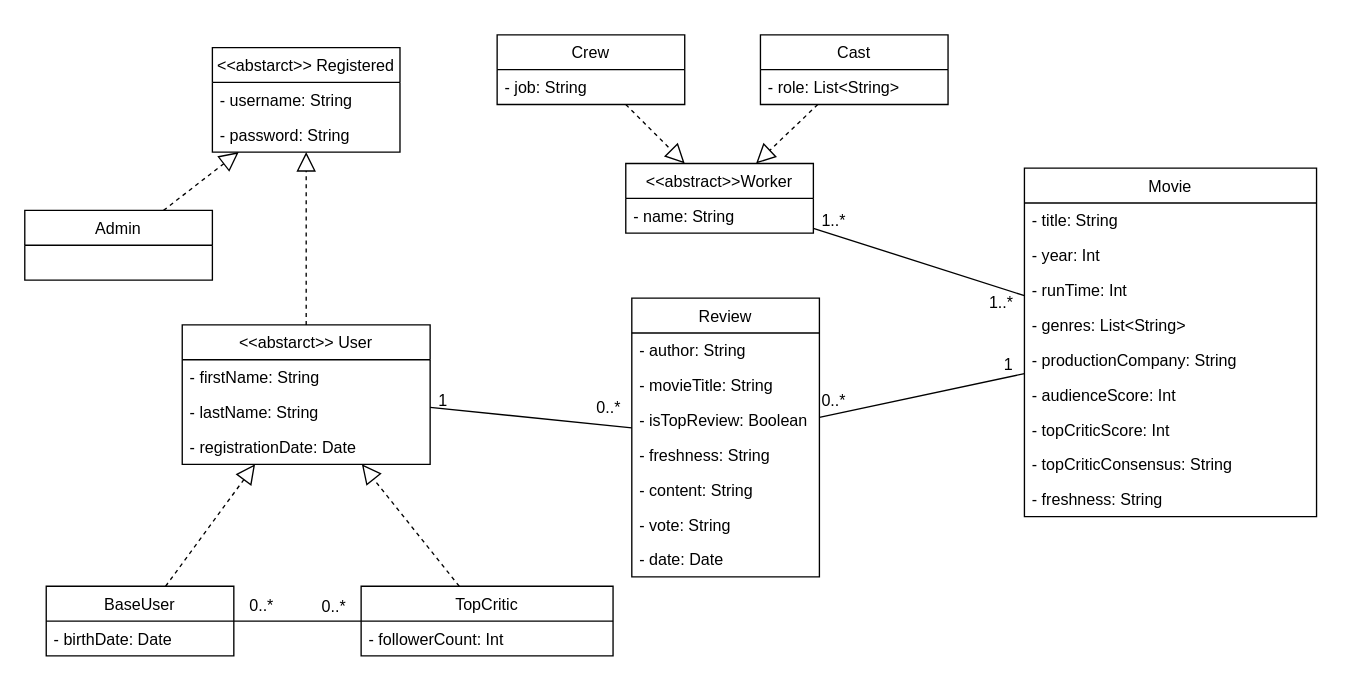
glmquint/RottenMovies keeps this draw.io diagram as Diagram/ClassDiagram.drawio. Above is the earlier version. Source tidied: cells renumbered, new cells numbered last; positions are measured from the earlier drawing's top-left corner, leaving out a move shared by most shapes. Both pictures are drawn from the tidied source at 134%, with x=0, y=0 at pixel (24, 34).
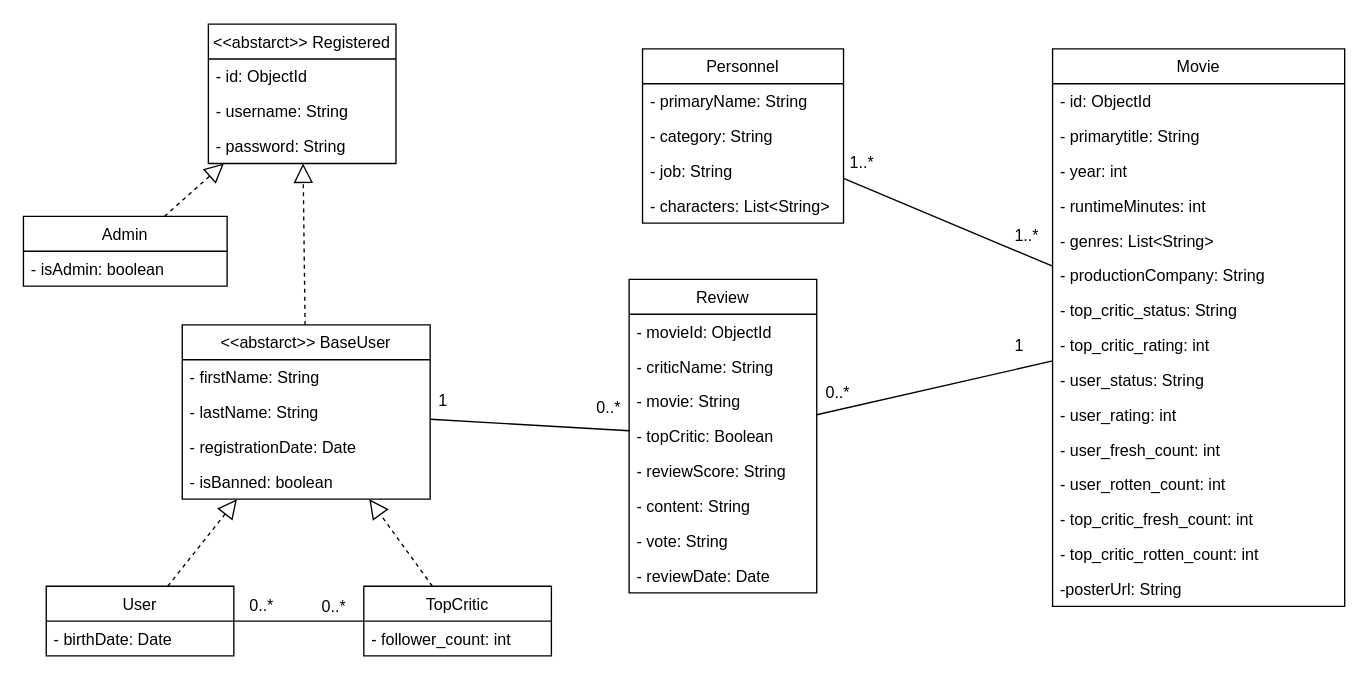
Above is the later version.

Change to the diagram source:
```diff
@@
     <mxCell id="4" value="&lt;&lt;abstarct&gt;&gt; Registered" style="swimlane;fontStyle=0;horizontal=1;startSize=26;fillColor=none;" parent="1" vertex="1">
-      <mxGeometry x="140" y="10" width="140" height="78" as="geometry" />
+      <mxGeometry x="137" y="-7.5" width="140" height="104" as="geometry" />
     </mxCell>
+    <mxCell id="58" value="- id: ObjectId" style="text;strokeColor=none;fillColor=none;align=left;verticalAlign=top;spacingLeft=4;spacingRight=4;overflow=hidden;" parent="4" vertex="1">
+      <mxGeometry y="26" width="140" height="26" as="geometry" />
+    </mxCell>
     <mxCell id="5" value="- username: String" style="text;strokeColor=none;fillColor=none;align=left;verticalAlign=top;spacingLeft=4;spacingRight=4;overflow=hidden;" parent="4" vertex="1">
-      <mxGeometry y="26" width="140" height="26" as="geometry" />
+      <mxGeometry y="52" width="140" height="26" as="geometry" />
     </mxCell>
     <mxCell id="6" value="- password: String" style="text;strokeColor=none;fillColor=none;align=left;verticalAlign=top;spacingLeft=4;spacingRight=4;overflow=hidden;" parent="4" vertex="1">
-      <mxGeometry y="52" width="140" height="26" as="geometry" />
+      <mxGeometry y="78" width="140" height="26" as="geometry" />
     </mxCell>
-    <mxCell id="7" value="Admin" style="swimlane;fontStyle=0;horizontal=1;startSize=26;fillColor=none;" parent="1" vertex="1">
-      <mxGeometry y="131.5" width="140" height="52" as="geometry" />
-    </mxCell>
@@
-    <mxCell id="9" value="&lt;&lt;abstarct&gt;&gt; User" style="swimlane;fontStyle=0;horizontal=1;startSize=26;fillColor=none;" parent="1" vertex="1">
-      <mxGeometry x="117.5" y="217" width="185" height="104" as="geometry" />
+    <mxCell id="9" value="&lt;&lt;abstarct&gt;&gt; BaseUser" style="swimlane;fontStyle=0;horizontal=1;startSize=26;fillColor=none;" parent="1" vertex="1">
+      <mxGeometry x="117.5" y="217" width="185" height="130" as="geometry" />
     </mxCell>
@@
+    <mxCell id="59" value="- isBanned: boolean" style="text;strokeColor=none;fillColor=none;align=left;verticalAlign=top;spacingLeft=4;spacingRight=4;overflow=hidden;" parent="9" vertex="1">
+      <mxGeometry y="104" width="185" height="26" as="geometry" />
+    </mxCell>
-    <mxCell id="13" value="BaseUser" style="swimlane;fontStyle=0;horizontal=1;startSize=26;fillColor=none;" parent="1" vertex="1">
+    <mxCell id="13" value="User" style="swimlane;fontStyle=0;horizontal=1;startSize=26;fillColor=none;" parent="1" vertex="1">
       <mxGeometry x="16" y="412" width="140" height="52" as="geometry" />
     </mxCell>
@@
-    <mxCell id="15" value="TopCritic" style="swimlane;fontStyle=0;horizontal=1;startSize=26;fillColor=none;" parent="1" vertex="1">
-      <mxGeometry x="251" y="412" width="188" height="52" as="geometry" />
-    </mxCell>
-    <mxCell id="16" value="- followerCount: Int" style="text;strokeColor=none;fillColor=none;align=left;verticalAlign=top;spacingLeft=4;spacingRight=4;overflow=hidden;" parent="15" vertex="1">
-      <mxGeometry y="26" width="188" height="26" as="geometry" />
-    </mxCell>
@@
     <mxCell id="20" value="Movie" style="swimlane;fontStyle=0;horizontal=1;startSize=26;fillColor=none;" parent="1" vertex="1">
-      <mxGeometry x="746" y="100" width="218" height="260" as="geometry" />
+      <mxGeometry x="767" y="11" width="218" height="416" as="geometry" />
     </mxCell>
+    <mxCell id="60" value="- id: ObjectId" style="text;strokeColor=none;fillColor=none;align=left;verticalAlign=top;spacingLeft=4;spacingRight=4;overflow=hidden;" parent="20" vertex="1">
+      <mxGeometry y="26" width="218" height="26" as="geometry" />
+    </mxCell>
-    <mxCell id="21" value="- title: String" style="text;strokeColor=none;fillColor=none;align=left;verticalAlign=top;spacingLeft=4;spacingRight=4;overflow=hidden;" parent="20" vertex="1">
-      <mxGeometry y="26" width="218" height="26" as="geometry" />
+    <mxCell id="21" value="- primarytitle: String" style="text;strokeColor=none;fillColor=none;align=left;verticalAlign=top;spacingLeft=4;spacingRight=4;overflow=hidden;" parent="20" vertex="1">
+      <mxGeometry y="52" width="218" height="26" as="geometry" />
     </mxCell>
-    <mxCell id="22" value="- year: Int" style="text;strokeColor=none;fillColor=none;align=left;verticalAlign=top;spacingLeft=4;spacingRight=4;overflow=hidden;" parent="20" vertex="1">
-      <mxGeometry y="52" width="218" height="26" as="geometry" />
+    <mxCell id="22" value="- year: int" style="text;strokeColor=none;fillColor=none;align=left;verticalAlign=top;spacingLeft=4;spacingRight=4;overflow=hidden;" parent="20" vertex="1">
+      <mxGeometry y="78" width="218" height="26" as="geometry" />
     </mxCell>
-    <mxCell id="23" value="- runTime: Int" style="text;strokeColor=none;fillColor=none;align=left;verticalAlign=top;spacingLeft=4;spacingRight=4;overflow=hidden;" parent="20" vertex="1">
-      <mxGeometry y="78" width="218" height="26" as="geometry" />
+    <mxCell id="23" value="- runtimeMinutes: int" style="text;strokeColor=none;fillColor=none;align=left;verticalAlign=top;spacingLeft=4;spacingRight=4;overflow=hidden;" parent="20" vertex="1">
+      <mxGeometry y="104" width="218" height="26" as="geometry" />
     </mxCell>
     <mxCell id="24" value="- genres: List&lt;String&gt;" style="text;strokeColor=none;fillColor=none;align=left;verticalAlign=top;spacingLeft=4;spacingRight=4;overflow=hidden;" parent="20" vertex="1">
-      <mxGeometry y="104" width="218" height="26" as="geometry" />
+      <mxGeometry y="130" width="218" height="26" as="geometry" />
     </mxCell>
     <mxCell id="25" value="- productionCompany: String" style="text;strokeColor=none;fillColor=none;align=left;verticalAlign=top;spacingLeft=4;spacingRight=4;overflow=hidden;" parent="20" vertex="1">
-      <mxGeometry y="130" width="218" height="26" as="geometry" />
+      <mxGeometry y="156" width="218" height="26" as="geometry" />
     </mxCell>
-    <mxCell id="26" value="- audienceScore: Int" style="text;strokeColor=none;fillColor=none;align=left;verticalAlign=top;spacingLeft=4;spacingRight=4;overflow=hidden;" parent="20" vertex="1">
-      <mxGeometry y="156" width="218" height="26" as="geometry" />
+    <mxCell id="26" value="- top_critic_status: String" style="text;strokeColor=none;fillColor=none;align=left;verticalAlign=top;spacingLeft=4;spacingRight=4;overflow=hidden;" parent="20" vertex="1">
+      <mxGeometry y="182" width="218" height="26" as="geometry" />
     </mxCell>
-    <mxCell id="27" value="- topCriticScore: Int" style="text;strokeColor=none;fillColor=none;align=left;verticalAlign=top;spacingLeft=4;spacingRight=4;overflow=hidden;" parent="20" vertex="1">
-      <mxGeometry y="182" width="218" height="26" as="geometry" />
+    <mxCell id="27" value="- top_critic_rating: int" style="text;strokeColor=none;fillColor=none;align=left;verticalAlign=top;spacingLeft=4;spacingRight=4;overflow=hidden;" parent="20" vertex="1">
+      <mxGeometry y="208" width="218" height="26" as="geometry" />
     </mxCell>
-    <mxCell id="28" value="- topCriticConsensus: String" style="text;strokeColor=none;fillColor=none;align=left;verticalAlign=top;spacingLeft=4;spacingRight=4;overflow=hidden;" parent="20" vertex="1">
-      <mxGeometry y="208" width="218" height="26" as="geometry" />
-    </mxCell>
-    <mxCell id="29" value="- freshness: String" style="text;strokeColor=none;fillColor=none;align=left;verticalAlign=top;spacingLeft=4;spacingRight=4;overflow=hidden;" parent="20" vertex="1">
-      <mxGeometry y="234" width="218" height="26" as="geometry" />
-    </mxCell>
+    <mxCell id="61" value="- user_status: String" style="text;strokeColor=none;fillColor=none;align=left;verticalAlign=top;spacingLeft=4;spacingRight=4;overflow=hidden;" parent="20" vertex="1">
+      <mxGeometry y="234" width="218" height="26" as="geometry" />
+    </mxCell>
+    <mxCell id="62" value="- user_rating: int" style="text;strokeColor=none;fillColor=none;align=left;verticalAlign=top;spacingLeft=4;spacingRight=4;overflow=hidden;" parent="20" vertex="1">
+      <mxGeometry y="260" width="218" height="26" as="geometry" />
+    </mxCell>
+    <mxCell id="63" value="- user_fresh_count: int" style="text;strokeColor=none;fillColor=none;align=left;verticalAlign=top;spacingLeft=4;spacingRight=4;overflow=hidden;" parent="20" vertex="1">
+      <mxGeometry y="286" width="218" height="26" as="geometry" />
+    </mxCell>
+    <mxCell id="64" value="- user_rotten_count: int" style="text;strokeColor=none;fillColor=none;align=left;verticalAlign=top;spacingLeft=4;spacingRight=4;overflow=hidden;" parent="20" vertex="1">
+      <mxGeometry y="312" width="218" height="26" as="geometry" />
+    </mxCell>
+    <mxCell id="65" value="- top_critic_fresh_count: int" style="text;strokeColor=none;fillColor=none;align=left;verticalAlign=top;spacingLeft=4;spacingRight=4;overflow=hidden;" parent="20" vertex="1">
+      <mxGeometry y="338" width="218" height="26" as="geometry" />
+    </mxCell>
+    <mxCell id="66" value="- top_critic_rotten_count: int" style="text;strokeColor=none;fillColor=none;align=left;verticalAlign=top;spacingLeft=4;spacingRight=4;overflow=hidden;" parent="20" vertex="1">
+      <mxGeometry y="364" width="218" height="26" as="geometry" />
+    </mxCell>
+    <mxCell id="67" value="-posterUrl: String" style="text;strokeColor=none;fillColor=none;align=left;verticalAlign=top;spacingLeft=4;spacingRight=4;overflow=hidden;" parent="20" vertex="1">
+      <mxGeometry y="390" width="218" height="26" as="geometry" />
+    </mxCell>
     <mxCell id="30" value="Review" style="swimlane;fontStyle=0;horizontal=1;startSize=26;fillColor=none;" parent="1" vertex="1">
-      <mxGeometry x="453" y="197" width="140" height="208" as="geometry" />
+      <mxGeometry x="451" y="183" width="140" height="234" as="geometry" />
     </mxCell>
-    <mxCell id="31" value="- author: String" style="text;strokeColor=none;fillColor=none;align=left;verticalAlign=top;spacingLeft=4;spacingRight=4;overflow=hidden;" parent="30" vertex="1">
+    <mxCell id="31" value="- movieId: ObjectId" style="text;strokeColor=none;fillColor=none;align=left;verticalAlign=top;spacingLeft=4;spacingRight=4;overflow=hidden;" parent="30" vertex="1">
       <mxGeometry y="26" width="140" height="26" as="geometry" />
     </mxCell>
+    <mxCell id="68" value="- criticName: String" style="text;strokeColor=none;fillColor=none;align=left;verticalAlign=top;spacingLeft=4;spacingRight=4;overflow=hidden;" parent="30" vertex="1">
+      <mxGeometry y="52" width="140" height="26" as="geometry" />
+    </mxCell>
-    <mxCell id="32" value="- movieTitle: String" style="text;strokeColor=none;fillColor=none;align=left;verticalAlign=top;spacingLeft=4;spacingRight=4;overflow=hidden;" parent="30" vertex="1">
-      <mxGeometry y="52" width="140" height="26" as="geometry" />
+    <mxCell id="32" value="- movie: String" style="text;strokeColor=none;fillColor=none;align=left;verticalAlign=top;spacingLeft=4;spacingRight=4;overflow=hidden;" parent="30" vertex="1">
+      <mxGeometry y="78" width="140" height="26" as="geometry" />
     </mxCell>
-    <mxCell id="33" value="- isTopReview: Boolean" style="text;strokeColor=none;fillColor=none;align=left;verticalAlign=top;spacingLeft=4;spacingRight=4;overflow=hidden;" parent="30" vertex="1">
-      <mxGeometry y="78" width="140" height="26" as="geometry" />
+    <mxCell id="33" value="- topCritic: Boolean" style="text;strokeColor=none;fillColor=none;align=left;verticalAlign=top;spacingLeft=4;spacingRight=4;overflow=hidden;" parent="30" vertex="1">
+      <mxGeometry y="104" width="140" height="26" as="geometry" />
     </mxCell>
-    <mxCell id="34" value="- freshness: String" style="text;strokeColor=none;fillColor=none;align=left;verticalAlign=top;spacingLeft=4;spacingRight=4;overflow=hidden;" parent="30" vertex="1">
-      <mxGeometry y="104" width="140" height="26" as="geometry" />
+    <mxCell id="34" value="- reviewScore: String" style="text;strokeColor=none;fillColor=none;align=left;verticalAlign=top;spacingLeft=4;spacingRight=4;overflow=hidden;" parent="30" vertex="1">
+      <mxGeometry y="130" width="140" height="26" as="geometry" />
     </mxCell>
     <mxCell id="35" value="- content: String" style="text;strokeColor=none;fillColor=none;align=left;verticalAlign=top;spacingLeft=4;spacingRight=4;overflow=hidden;" parent="30" vertex="1">
-      <mxGeometry y="130" width="140" height="26" as="geometry" />
+      <mxGeometry y="156" width="140" height="26" as="geometry" />
     </mxCell>
     <mxCell id="36" value="- vote: String" style="text;strokeColor=none;fillColor=none;align=left;verticalAlign=top;spacingLeft=4;spacingRight=4;overflow=hidden;" parent="30" vertex="1">
-      <mxGeometry y="156" width="140" height="26" as="geometry" />
+      <mxGeometry y="182" width="140" height="26" as="geometry" />
     </mxCell>
-    <mxCell id="37" value="- date: Date" style="text;strokeColor=none;fillColor=none;align=left;verticalAlign=top;spacingLeft=4;spacingRight=4;overflow=hidden;" parent="30" vertex="1">
-      <mxGeometry y="182" width="140" height="26" as="geometry" />
+    <mxCell id="37" value="- reviewDate: Date" style="text;strokeColor=none;fillColor=none;align=left;verticalAlign=top;spacingLeft=4;spacingRight=4;overflow=hidden;" parent="30" vertex="1">
+      <mxGeometry y="208" width="140" height="26" as="geometry" />
     </mxCell>
-    <mxCell id="38" value="&lt;&lt;abstract&gt;&gt;Worker" style="swimlane;fontStyle=0;horizontal=1;startSize=26;fillColor=none;" parent="1" vertex="1">
-      <mxGeometry x="448.5" y="96.5" width="140" height="52" as="geometry" />
+    <mxCell id="38" value="Personnel" style="swimlane;fontStyle=0;horizontal=1;startSize=26;fillColor=none;" parent="1" vertex="1">
+      <mxGeometry x="461" y="11" width="150" height="130" as="geometry" />
     </mxCell>
-    <mxCell id="39" value="- name: String" style="text;strokeColor=none;fillColor=none;align=left;verticalAlign=top;spacingLeft=4;spacingRight=4;overflow=hidden;" parent="38" vertex="1">
-      <mxGeometry y="26" width="140" height="26" as="geometry" />
+    <mxCell id="39" value="- primaryName: String" style="text;strokeColor=none;fillColor=none;align=left;verticalAlign=top;spacingLeft=4;spacingRight=4;overflow=hidden;" parent="38" vertex="1">
+      <mxGeometry y="26" width="150" height="26" as="geometry" />
     </mxCell>
-    <mxCell id="40" value="Crew" style="swimlane;fontStyle=0;horizontal=1;startSize=26;fillColor=none;" parent="1" vertex="1">
-      <mxGeometry x="352.5" y="0.5" width="140" height="52" as="geometry" />
-    </mxCell>
+    <mxCell id="69" value="- category: String" style="text;strokeColor=none;fillColor=none;align=left;verticalAlign=top;spacingLeft=4;spacingRight=4;overflow=hidden;" parent="38" vertex="1">
+      <mxGeometry y="52" width="150" height="26" as="geometry" />
+    </mxCell>
-    <mxCell id="41" value="- job: String" style="text;strokeColor=none;fillColor=none;align=left;verticalAlign=top;spacingLeft=4;spacingRight=4;overflow=hidden;" parent="40" vertex="1">
-      <mxGeometry y="26" width="140" height="26" as="geometry" />
+    <mxCell id="41" value="- job: String" style="text;strokeColor=none;fillColor=none;align=left;verticalAlign=top;spacingLeft=4;spacingRight=4;overflow=hidden;" parent="38" vertex="1">
+      <mxGeometry y="78" width="150" height="26" as="geometry" />
     </mxCell>
-    <mxCell id="42" value="Cast" style="swimlane;fontStyle=0;horizontal=1;startSize=26;fillColor=none;" parent="1" vertex="1">
-      <mxGeometry x="549" y="0.5" width="140" height="52" as="geometry" />
-    </mxCell>
-    <mxCell id="43" value="- role: List&lt;String&gt;" style="text;strokeColor=none;fillColor=none;align=left;verticalAlign=top;spacingLeft=4;spacingRight=4;overflow=hidden;" parent="42" vertex="1">
-      <mxGeometry y="26" width="140" height="26" as="geometry" />
-    </mxCell>
-    <mxCell id="44" style="endArrow=block;dashed=1;endFill=0;endSize=12;html=1;" parent="1" edge="1" source="42" target="38">
-      <mxGeometry relative="1" as="geometry" />
-    </mxCell>
-    <mxCell id="45" style="endArrow=block;dashed=1;endFill=0;endSize=12;html=1;" parent="1" edge="1" source="40" target="38">
-      <mxGeometry relative="1" as="geometry" />
-    </mxCell>
+    <mxCell id="70" value="- characters: List&lt;String&gt;" style="text;strokeColor=none;fillColor=none;align=left;verticalAlign=top;spacingLeft=4;spacingRight=4;overflow=hidden;" parent="38" vertex="1">
+      <mxGeometry y="104" width="150" height="26" as="geometry" />
+    </mxCell>
@@
     <mxCell id="48" value="1..*" style="text;html=1;align=left;verticalAlign=top;spacingTop=-4;" parent="1" vertex="1">
-      <mxGeometry x="718" y="191" width="28" height="14" as="geometry" />
+      <mxGeometry x="737" y="141" width="28" height="14" as="geometry" />
     </mxCell>
     <mxCell id="49" value="1..*" style="text;html=1;align=left;verticalAlign=top;spacingTop=-4;" parent="1" vertex="1">
-      <mxGeometry x="593" y="130" width="28" height="14" as="geometry" />
+      <mxGeometry x="614" y="86" width="28" height="14" as="geometry" />
     </mxCell>
     <mxCell id="50" value="1" style="text;html=1;align=left;verticalAlign=top;spacingTop=-4;" parent="1" vertex="1">
-      <mxGeometry x="729" y="237" width="17" height="14" as="geometry" />
+      <mxGeometry x="737" y="223" width="17" height="14" as="geometry" />
     </mxCell>
     <mxCell id="51" value="0..*" style="text;html=1;align=left;verticalAlign=top;spacingTop=-4;" parent="1" vertex="1">
-      <mxGeometry x="593" y="264" width="28" height="14" as="geometry" />
+      <mxGeometry x="596" y="258" width="28" height="14" as="geometry" />
     </mxCell>
@@
+    <mxCell id="7" value="Admin" style="swimlane;fontStyle=0;horizontal=1;startSize=26;fillColor=none;" parent="1" vertex="1">
+      <mxGeometry x="-1" y="136" width="152" height="52" as="geometry" />
+    </mxCell>
+    <mxCell id="71" value="- isAdmin: boolean" style="text;strokeColor=none;fillColor=none;align=left;verticalAlign=top;spacingLeft=4;spacingRight=4;overflow=hidden;" parent="7" vertex="1">
+      <mxGeometry y="26" width="152" height="26" as="geometry" />
+    </mxCell>
+    <mxCell id="15" value="TopCritic" style="swimlane;fontStyle=0;horizontal=1;startSize=26;fillColor=none;" parent="1" vertex="1">
+      <mxGeometry x="253" y="412" width="140" height="52" as="geometry" />
+    </mxCell>
+    <mxCell id="72" value="- follower_count: int" style="text;strokeColor=none;fillColor=none;align=left;verticalAlign=top;spacingLeft=4;spacingRight=4;overflow=hidden;" parent="15" vertex="1">
+      <mxGeometry y="26" width="140" height="26" as="geometry" />
+    </mxCell>
```
